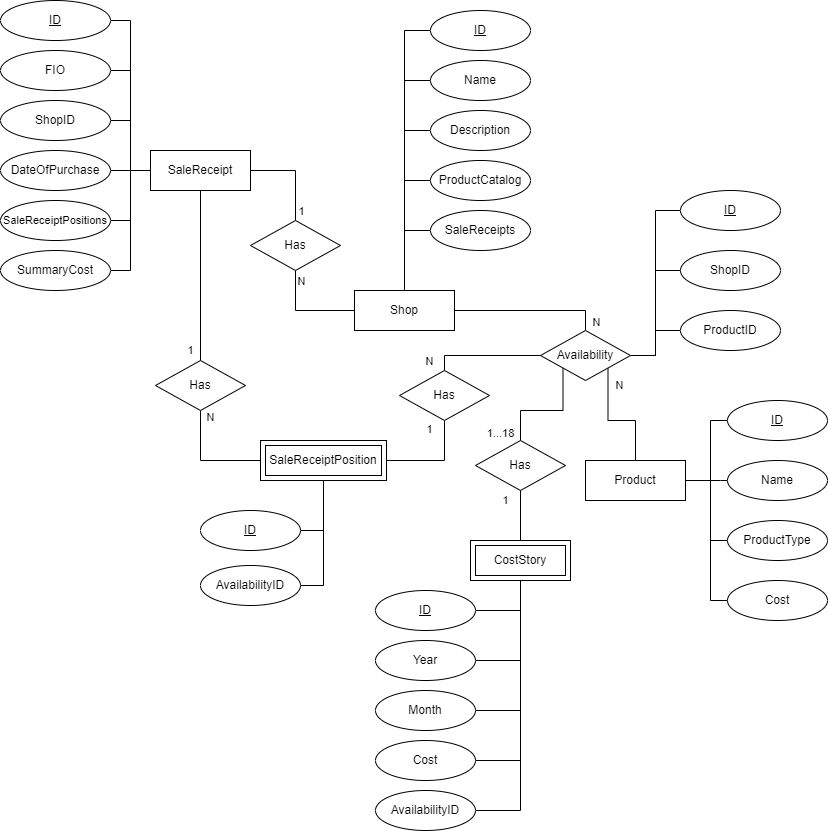
Above: docs/imgs/ER.drawio.png in Yokud/DBCourseWork (draw.io), before the change. Source tidied: cells renumbered, new cells last; positions are measured from the earlier drawing's top-left corner, leaving out a move shared by most shapes.
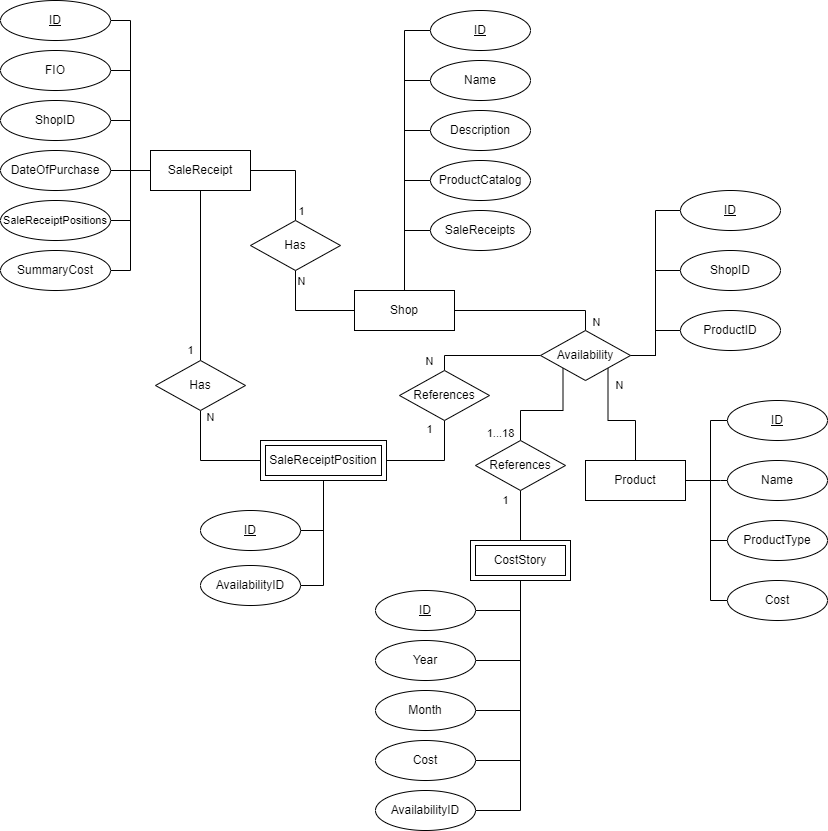
After the change.

Diff of the diagram source:
```diff
@@ -221,7 +221,7 @@
         </Array>
       </mxGeometry>
     </mxCell>
-    <mxCell id="66" value="Has" style="shape=rhombus;perimeter=rhombusPerimeter;whiteSpace=wrap;html=1;align=center;" parent="1" vertex="1">
+    <mxCell id="66" value="References" style="shape=rhombus;perimeter=rhombusPerimeter;whiteSpace=wrap;html=1;align=center;" parent="1" vertex="1">
       <mxGeometry x="399" y="370" width="90" height="50" as="geometry" />
     </mxCell>
     <mxCell id="67" value="1...18" style="edgeStyle=orthogonalEdgeStyle;rounded=0;jettySize=auto;html=1;exitX=0;exitY=1;exitDx=0;exitDy=0;entryX=0.5;entryY=0;entryDx=0;entryDy=0;endArrow=none;endFill=0;" parent="1" edge="1" source="68" target="69">
@@ -235,7 +235,7 @@
     <mxCell id="68" value="Availability" style="shape=rhombus;perimeter=rhombusPerimeter;whiteSpace=wrap;html=1;align=center;" parent="1" vertex="1">
       <mxGeometry x="540" y="330" width="90" height="50" as="geometry" />
     </mxCell>
-    <mxCell id="69" value="Has" style="shape=rhombus;perimeter=rhombusPerimeter;whiteSpace=wrap;html=1;align=center;" parent="1" vertex="1">
+    <mxCell id="69" value="References" style="shape=rhombus;perimeter=rhombusPerimeter;whiteSpace=wrap;html=1;align=center;" parent="1" vertex="1">
       <mxGeometry x="475" y="440" width="90" height="50" as="geometry" />
     </mxCell>
     <mxCell id="70" style="edgeStyle=orthogonalEdgeStyle;rounded=0;jettySize=auto;html=1;exitX=1;exitY=0.5;exitDx=0;exitDy=0;entryX=0.5;entryY=1;entryDx=0;entryDy=0;endArrow=none;endFill=0;" parent="1" edge="1" source="71" target="48">
```
